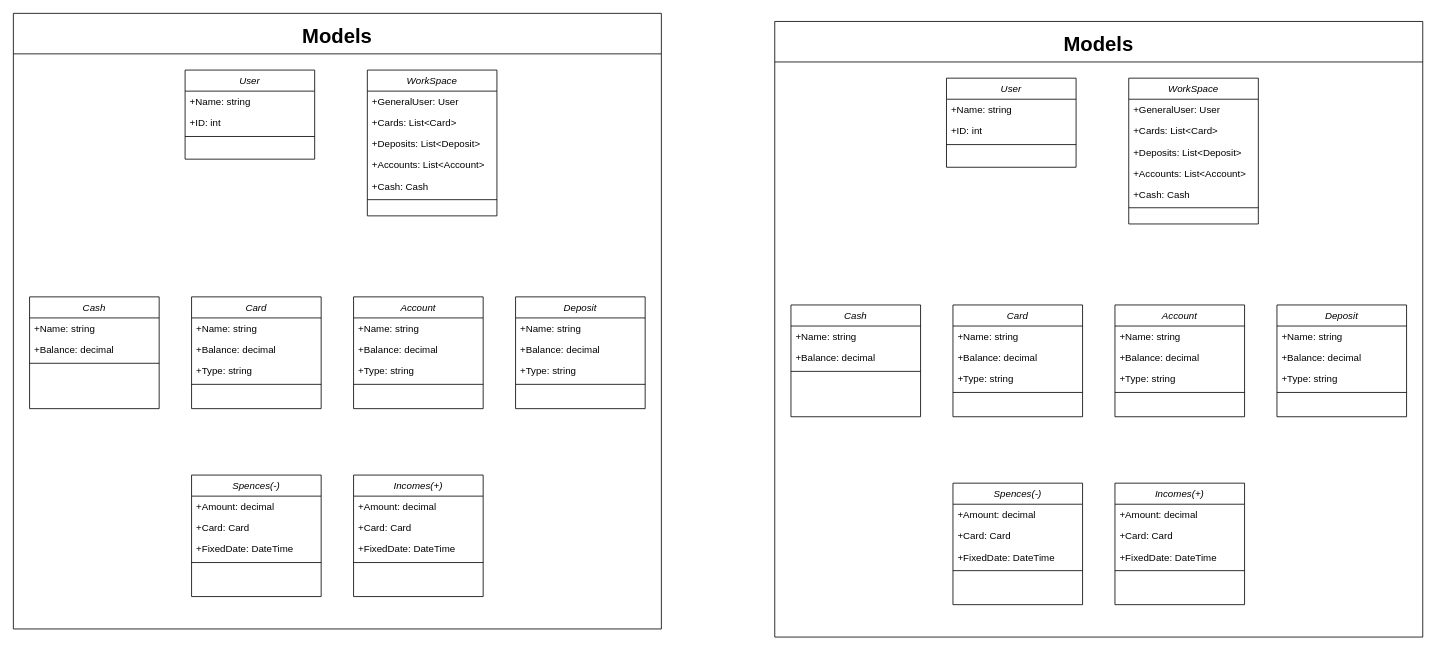
corekent/ScroogeS-Wealth keeps this draw.io diagram as Untitled Diagram.drawio.xml. Above is the earlier version. Source tidied: cells renumbered, new cells numbered last; positions are measured from the earlier drawing's top-left corner, leaving out a move shared by most shapes. Both pictures are drawn from the tidied source at 81%, with x=0, y=0 at pixel (13, 13).
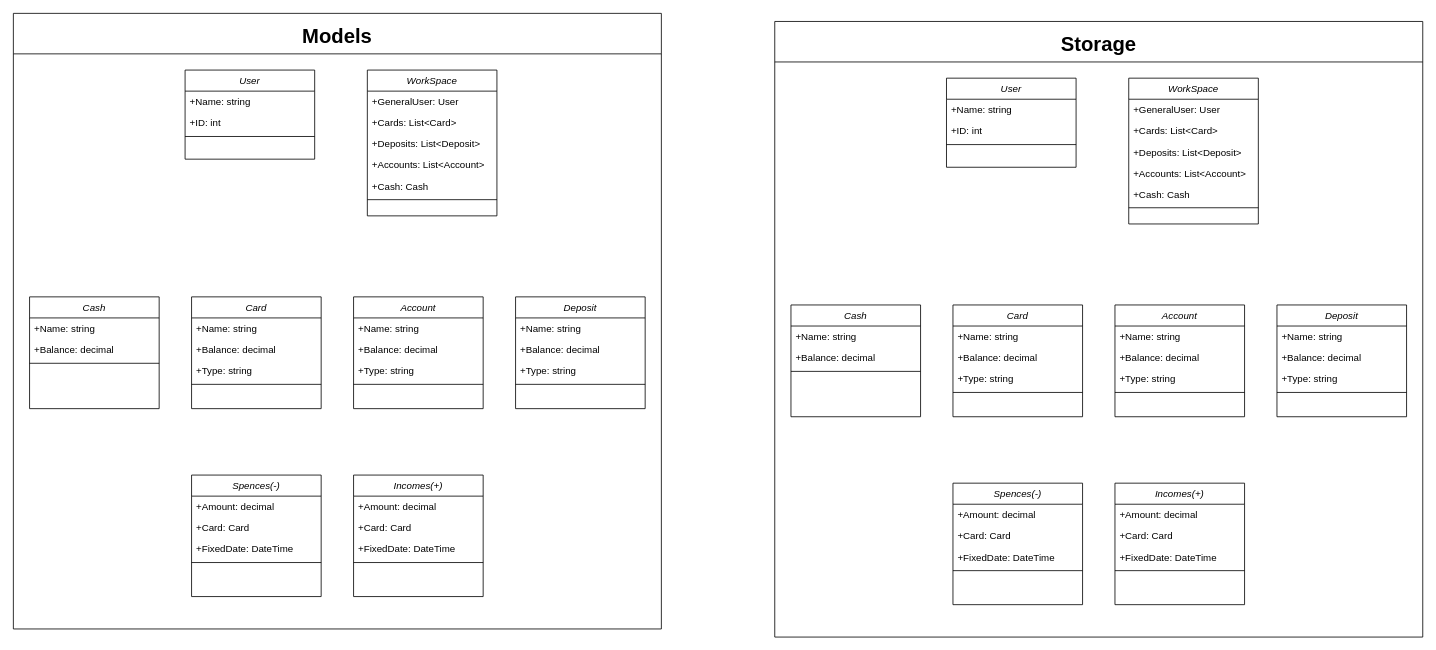
After the change.

Diff of the diagram source:
```diff
@@
-    <mxCell id="72" value="Models" style="swimlane;startSize=50;fontSize=25;" parent="1" vertex="1">
+    <mxCell id="72" value="Storage" style="swimlane;startSize=50;fontSize=25;" parent="1" vertex="1">
       <mxGeometry x="940" y="10" width="800" height="760" as="geometry" />
     </mxCell>
```
